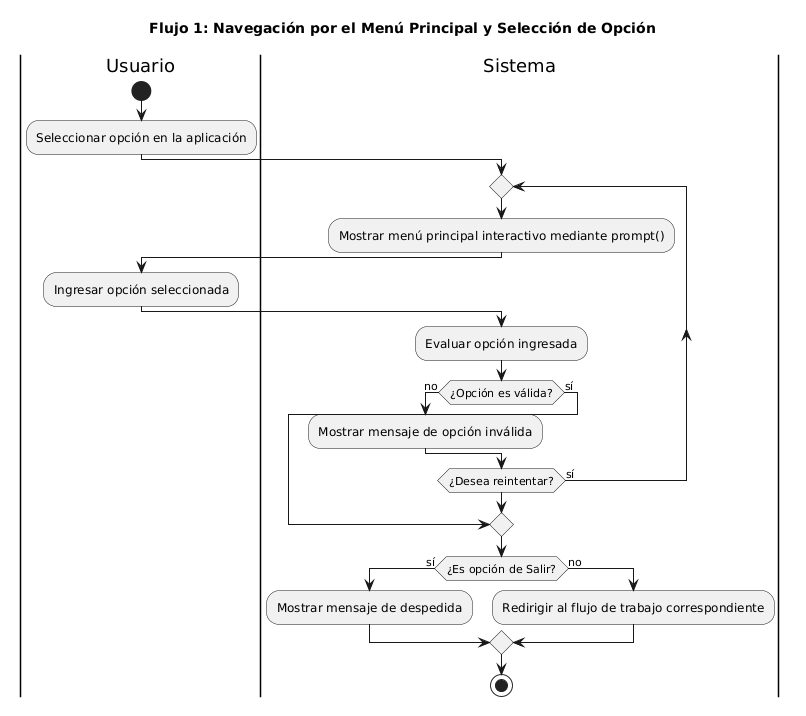
Earlier version of the PlantUML export docs/05-diagramas/01-diagrama-de-actividades/actividad-flujo-1-menu.png (carolabenvenuto-uces/planit). Source of this version:
```plantuml
@startuml
title Flujo 1: Navegación por el Menú Principal y Selección de Opción

|Usuario|
start
:Seleccionar opción en la aplicación;

|Sistema|
repeat
:Mostrar menú principal interactivo mediante prompt();

|Usuario|
:Ingresar opción seleccionada;

|Sistema|
:Evaluar opción ingresada;

if (¿Opción es válida?) then (no)
  :Mostrar mensaje de opción inválida;
else (sí)
  break
endif
repeat while (¿Desea reintentar?) is (sí)

if (¿Es opción de Salir?) then (sí)
  :Mostrar mensaje de despedida;
else (no)
  :Redirigir al flujo de trabajo correspondiente;
endif
stop
@enduml
```
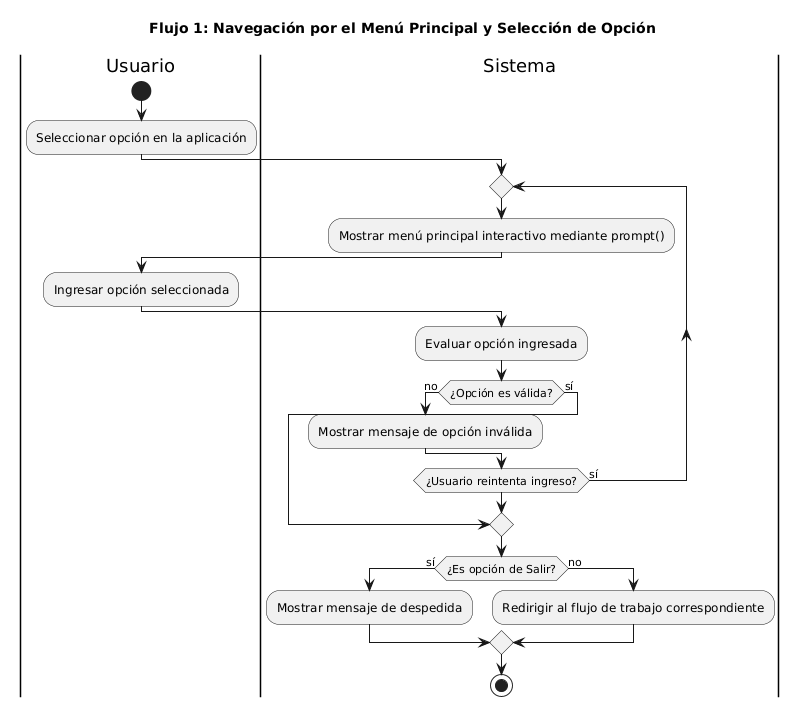
Above is the later version.

Commit message:
refactor(diagramas): aplica sugerencias de homogeneidad de swimlanes y plus documental

What changed in the source:
```diff
@@ -20,7 +20,7 @@
 else (sí)
   break
 endif
-repeat while (¿Desea reintentar?) is (sí)
+repeat while (¿Usuario reintenta ingreso?) is (sí)
 
 if (¿Es opción de Salir?) then (sí)
   :Mostrar mensaje de despedida;
```
